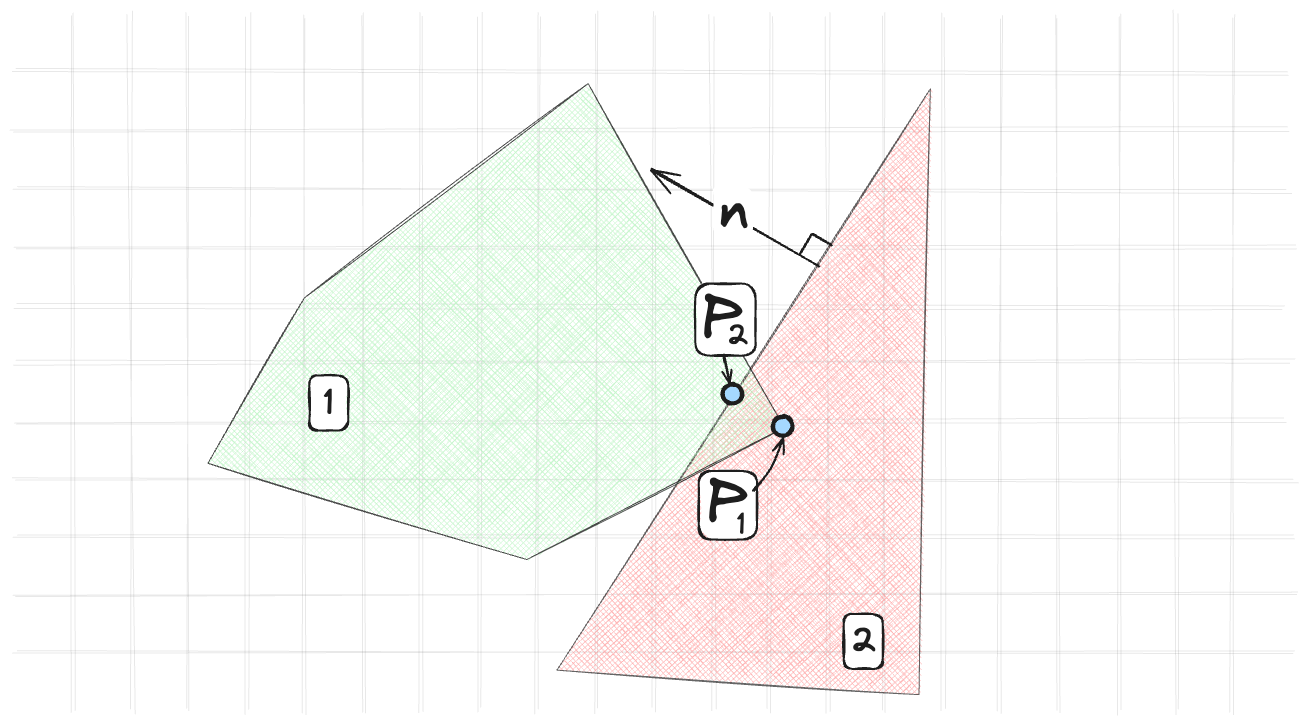
Earlier version of the Excalidraw export assets/images/constraints/collision_2_obj.excalidraw.png (kozakromch/game_physics_2). Source tidied: one line per element, renumbered; positions are measured from the earlier drawing's top-left corner, leaving out a move shared by most shapes.
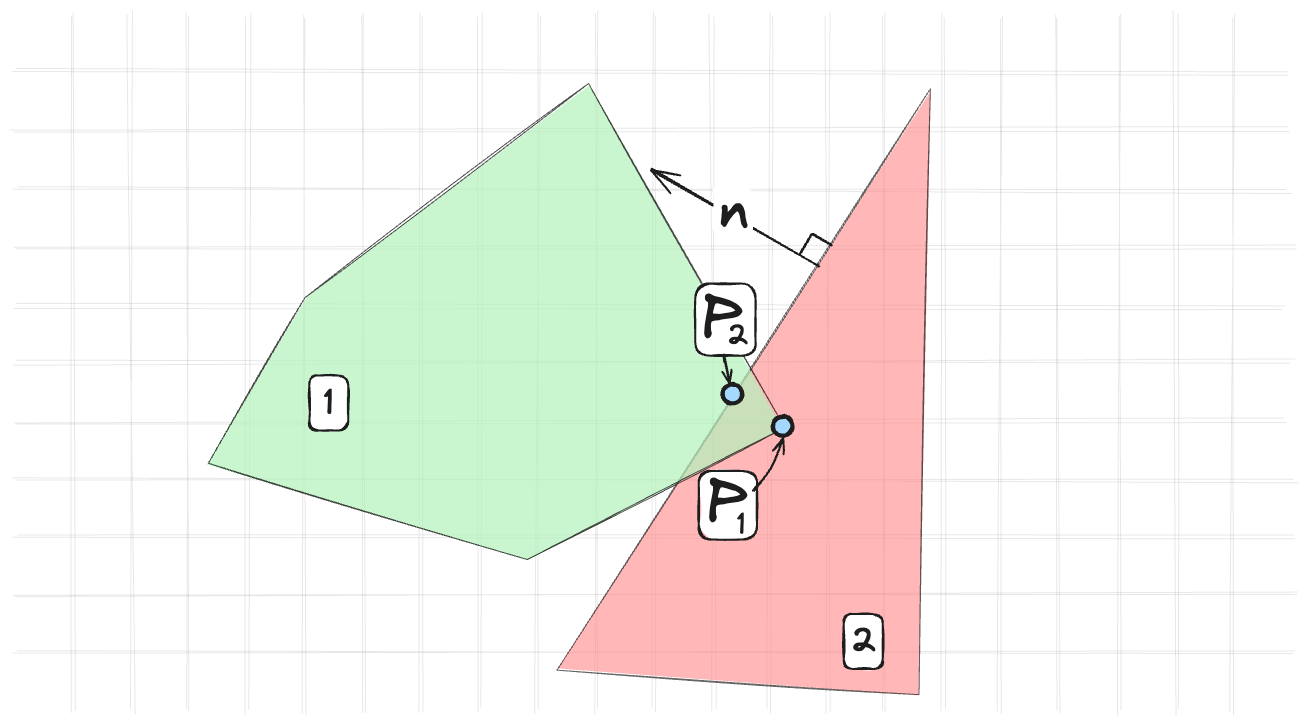
The same file after the commit.

The edit, as a diff of the source:
```diff
@@ -30,8 +30,8 @@
 {"id": 29, "type": "line", "strokeColor": "#1e1e1e", "angle": 1.57, "strokeWidth": 1, "roughness": 2, "opacity": 10, "round": true, "x": 1045, "y": 332, "width": 697, "height": 0, "points": [[0, 0], [697, 0]]}
 {"id": 30, "type": "line", "strokeColor": "#1e1e1e", "angle": 1.57, "strokeWidth": 1, "roughness": 2, "opacity": 10, "round": true, "x": 697, "y": 331, "width": 697, "height": 0, "points": [[0, 0], [697, 0]]}
 {"id": 31, "type": "line", "strokeColor": "#1e1e1e", "angle": 1.57, "strokeWidth": 1, "roughness": 2, "opacity": 10, "round": true, "x": 987, "y": 331, "width": 696, "height": 0, "points": [[0, 0], [696, 0]]}
-{"id": 32, "type": "line", "strokeColor": "#000000", "angle": 0.11, "backgroundColor": "#ff8787", "fillStyle": "cross-hatch", "strokeWidth": 1, "roughness": 1, "opacity": 60, "x": 1173, "y": 41, "width": 363, "height": 619, "points": [[0, 0], [55, 604], [-308, 619], [0, 0]]}
+{"id": 32, "type": "line", "strokeColor": "#000000", "angle": 0.11, "backgroundColor": "#ff8787", "fillStyle": "solid", "strokeWidth": 1, "roughness": 1, "opacity": 60, "x": 1173, "y": 41, "width": 363, "height": 619, "points": [[0, 0], [55, 604], [-308, 619], [0, 0]]}
-{"id": 33, "type": "line", "strokeColor": "#000000", "angle": 1.64, "backgroundColor": "#b2f2bb", "fillStyle": "cross-hatch", "strokeWidth": 1, "roughness": 1, "opacity": 70, "x": 871, "y": 0, "width": 479, "height": 573, "points": [[0, 0], [148, 248], [73, 573], [-99, 487], [-331, 218], [0, 0]]}
+{"id": 33, "type": "line", "strokeColor": "#000000", "angle": 1.64, "backgroundColor": "#b2f2bb", "fillStyle": "solid", "strokeWidth": 1, "roughness": 1, "opacity": 70, "x": 872, "y": 0, "width": 479, "height": 573, "points": [[0, 0], [148, 248], [73, 573], [-99, 487], [-331, 218], [0, 0]]}
 {"id": 34, "type": "rectangle", "strokeColor": "#1e1e1e", "backgroundColor": "#ffffff", "fillStyle": "solid", "strokeWidth": 2, "roughness": 1, "round": true, "x": 585, "y": 344, "width": 39, "height": 55}
 {"id": 35, "type": "text", "text": "1", "strokeColor": "#1e1e1e", "backgroundColor": "#ffffff", "fillStyle": "solid", "strokeWidth": 2, "roughness": 1, "fontSize": 36, "fontFamily": 1, "textAlign": "center", "verticalAlign": "middle", "inside": 34, "x": 600, "y": 349, "width": 10, "height": 45}
 {"id": 36, "type": "rectangle", "strokeColor": "#1e1e1e", "backgroundColor": "#ffffff", "fillStyle": "solid", "strokeWidth": 2, "roughness": 1, "round": true, "x": 1119, "y": 582, "width": 39, "height": 55}
```
